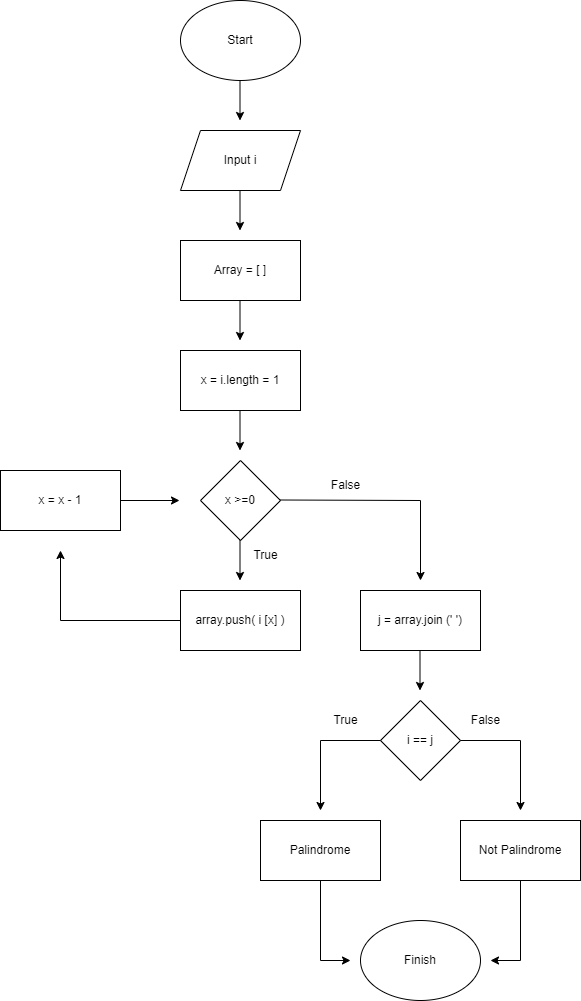
This is Task 1 A - FlowchartPalindrome.png from aberizuki/Week-2---JavaScript, a draw.io export, as it was before one commit. Source tidied: cells renumbered, new cells last; positions are measured from the earlier drawing's top-left corner, leaving out a move shared by most shapes.
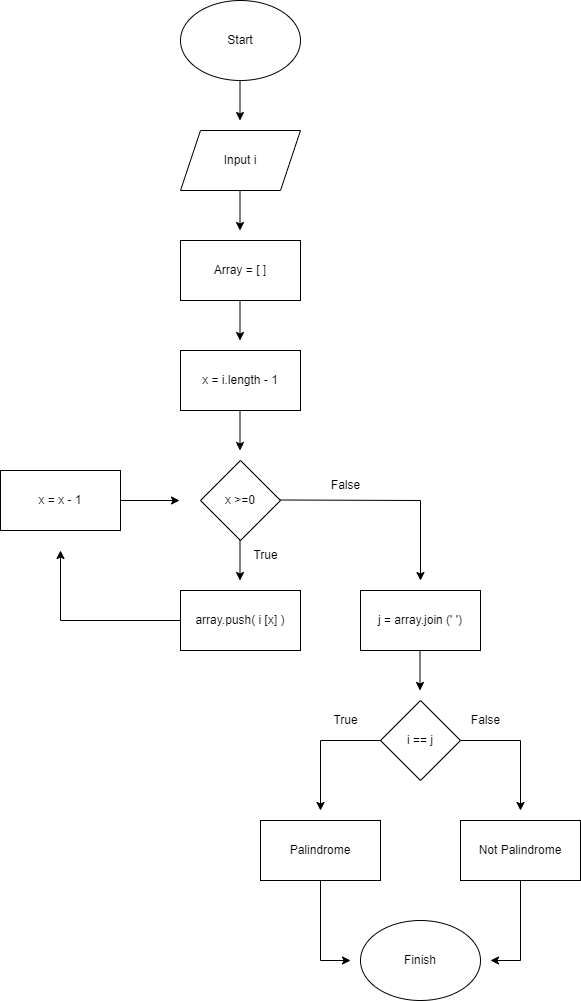
After the commit.

What changed in the source:
```diff
@@ -11,7 +11,7 @@
     <mxCell id="4" value="Array = [ ]" style="rounded=0;whiteSpace=wrap;html=1;" parent="1" vertex="1">
       <mxGeometry x="180" y="240" width="120" height="60" as="geometry" />
     </mxCell>
-    <mxCell id="5" value="x = i.length = 1" style="rounded=0;whiteSpace=wrap;html=1;" parent="1" vertex="1">
+    <mxCell id="5" value="x = i.length - 1" style="rounded=0;whiteSpace=wrap;html=1;" parent="1" vertex="1">
       <mxGeometry x="180" y="350" width="120" height="60" as="geometry" />
     </mxCell>
     <mxCell id="6" value="x &amp;gt;=0" style="rhombus;whiteSpace=wrap;html=1;" parent="1" vertex="1">
```
